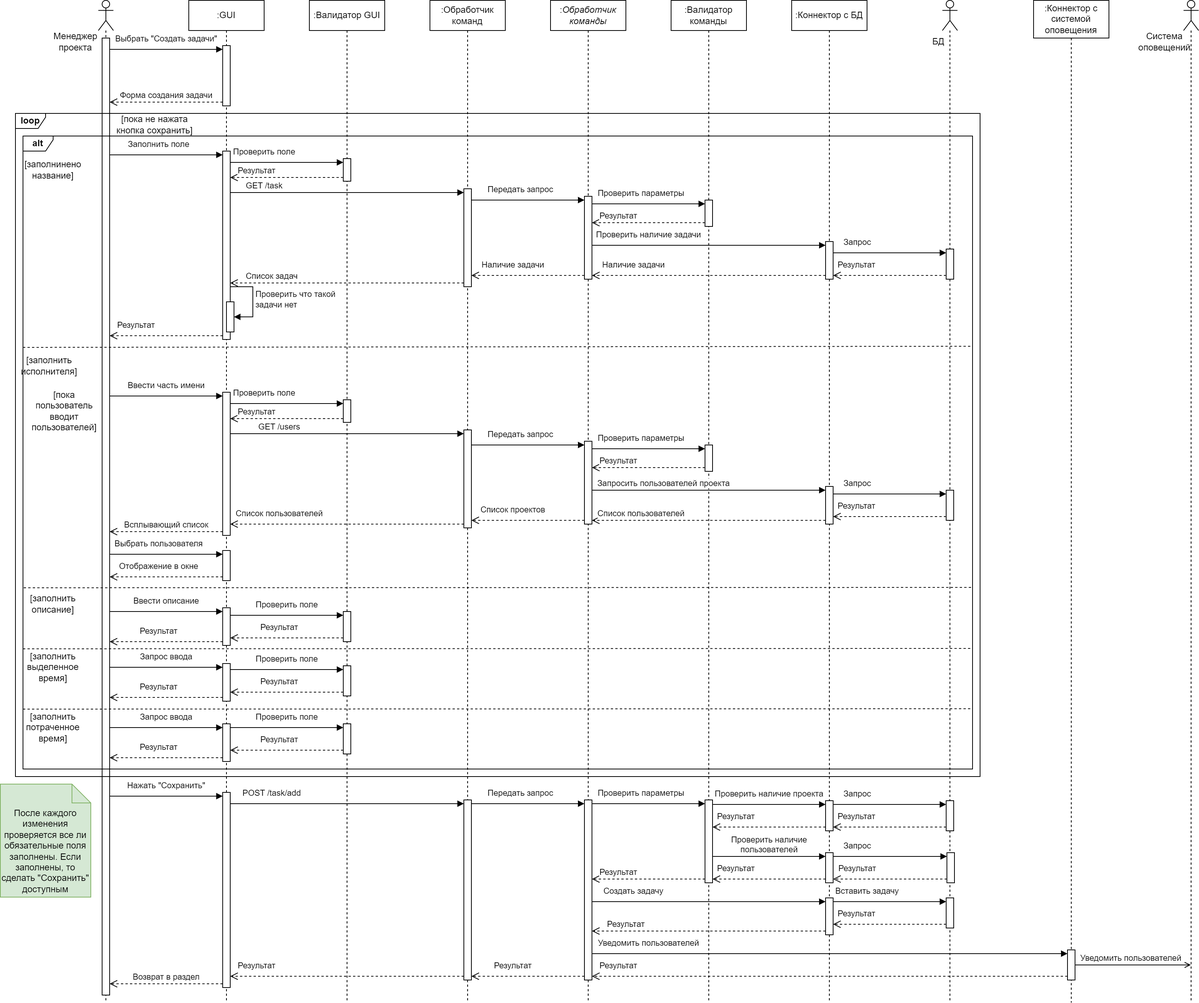
aVorotnikov/thunder_board keeps this draw.io diagram as docs/sequence/create_task.png. Above is the earlier version. Source tidied: cells renumbered, new cells last; positions are measured from the earlier drawing's top-left corner, leaving out a move shared by most shapes.
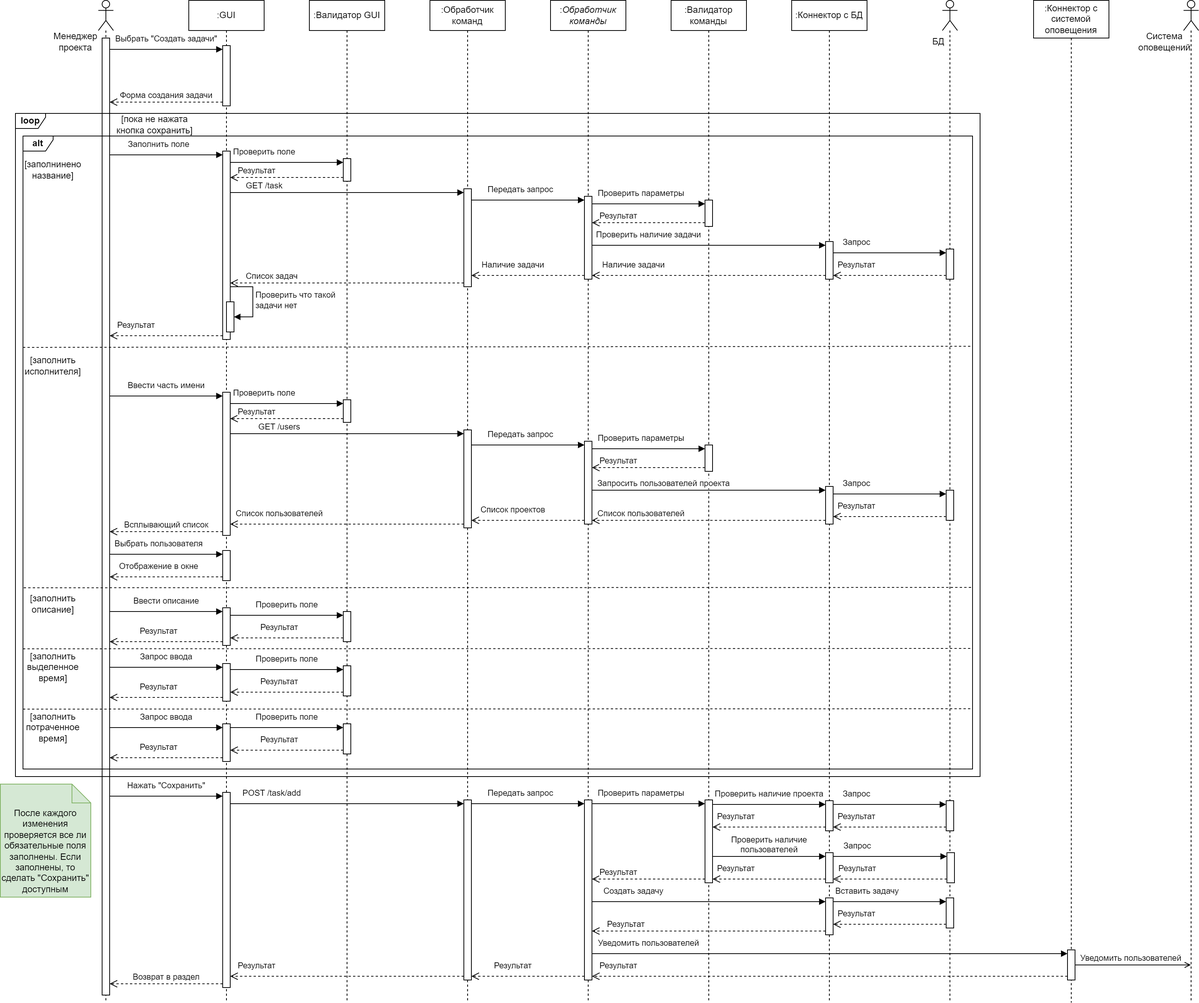
The same file after the commit.

Commit message:
Исправлена опечатка

What changed in the source:
```diff
@@ -230,11 +230,8 @@
       </mxGeometry>
     </mxCell>
     <mxCell id="73" value="[заполнить исполнителя]" style="text;html=1;align=center;verticalAlign=middle;whiteSpace=wrap;rounded=0;" parent="1" vertex="1">
-      <mxGeometry x="30" y="470" width="70" height="30" as="geometry" />
+      <mxGeometry x="35" y="470" width="70" height="30" as="geometry" />
     </mxCell>
-    <mxCell id="74" value="[пока пользователь вводит пользователей]" style="text;html=1;align=center;verticalAlign=middle;whiteSpace=wrap;rounded=0;" parent="1" vertex="1">
-      <mxGeometry x="50" y="530" width="70" height="30" as="geometry" />
-    </mxCell>
     <mxCell id="75" value="Проверить поле" style="html=1;verticalAlign=bottom;endArrow=block;curved=0;rounded=0;entryX=0;entryY=0;entryDx=0;entryDy=5;entryPerimeter=0;" parent="1" edge="1" source="7" target="25">
       <mxGeometry x="-0.4" y="5" relative="1" as="geometry" />
     </mxCell>
```
